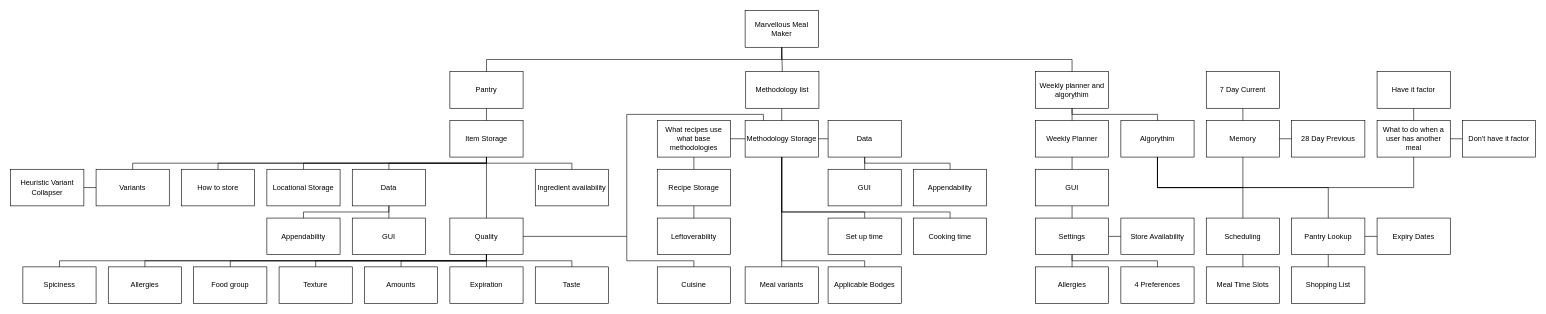
Above: Marvellous Meal Maker.drawio in JessHorserage/Marvellous-Meal-Maker (draw.io), before the change. Source tidied: cells renumbered, new cells numbered last; positions are measured from the earlier drawing's top-left corner, leaving out a move shared by most shapes. Both pictures are drawn from the tidied source at 61%, with x=0, y=0 at pixel (10, 10).
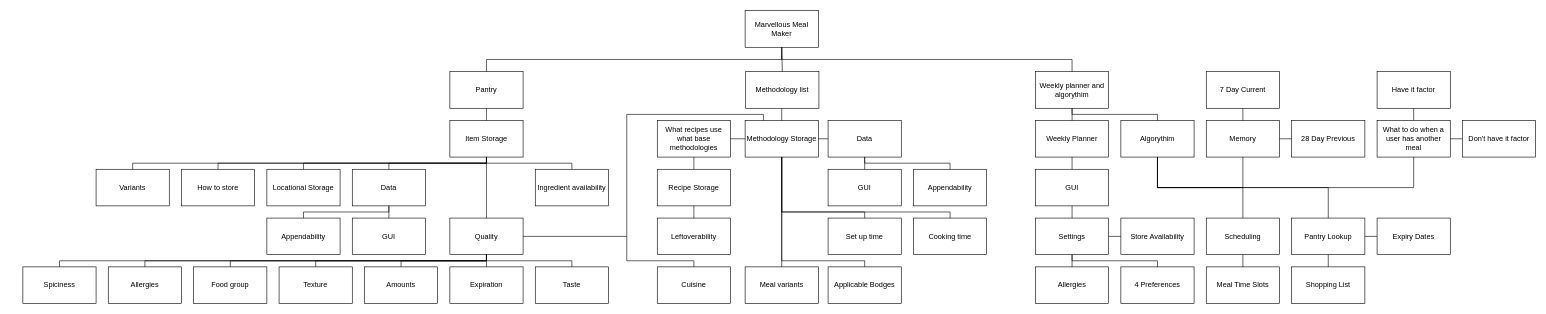
Above is the later version.

Unchanged cells that the change refers to:
```xml
<mxCell id="26" value="Variants" style="rounded=0;whiteSpace=wrap;html=1;" parent="1" vertex="1">
  <mxGeometry x="140" y="260" width="120" height="60" as="geometry" />
</mxCell>
```

Diff of the diagram source:
```diff
@@
-    <mxCell id="102" value="Heuristic Variant Collapser" style="rounded=0;whiteSpace=wrap;html=1;" parent="1" vertex="1">
-      <mxGeometry y="260" width="120" height="60" as="geometry" />
-    </mxCell>
-    <mxCell id="103" style="endArrow=none;html=1;rounded=0;entryX=1;entryY=0.5;entryDx=0;entryDy=0;exitX=0;exitY=0.5;exitDx=0;exitDy=0;" parent="1" edge="1" source="26" target="102">
-      <mxGeometry relative="1" as="geometry" />
-    </mxCell>
```
